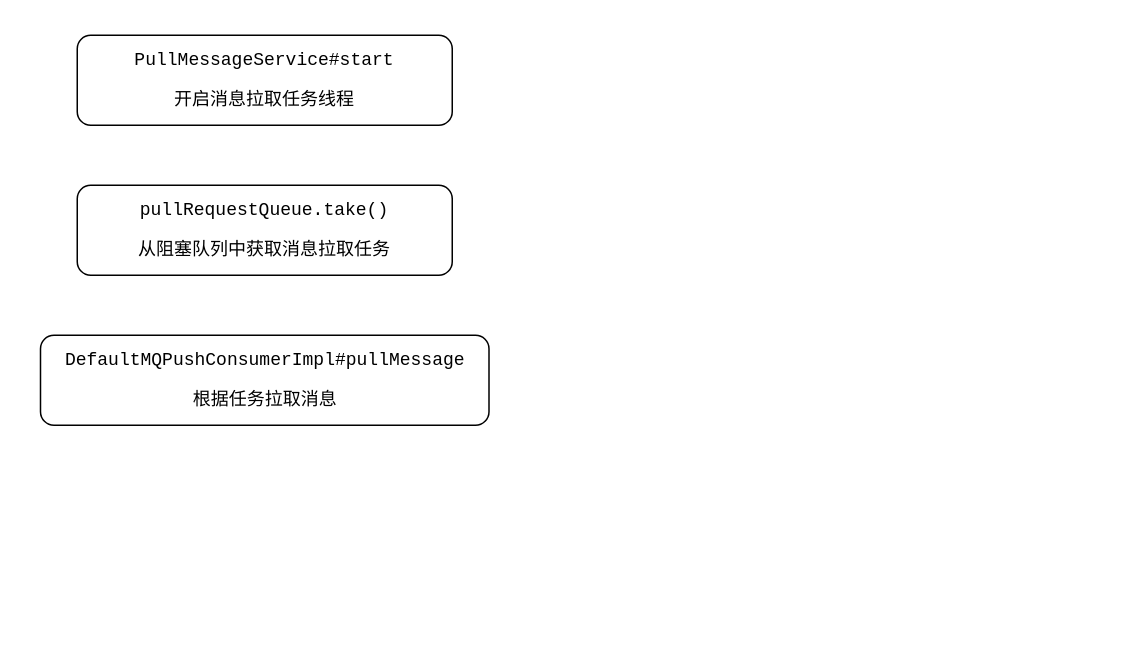
Earlier version of the draw.io diagram rocketmq/rocketmq消息推送流程.drawio (erlieStar/diagrams). Source tidied: cells renumbered, new cells numbered last; positions are measured from the earlier drawing's top-left corner, leaving out a move shared by most shapes. Both pictures are drawn from the tidied source at 150%, with x=0, y=0 at pixel (39, 34).
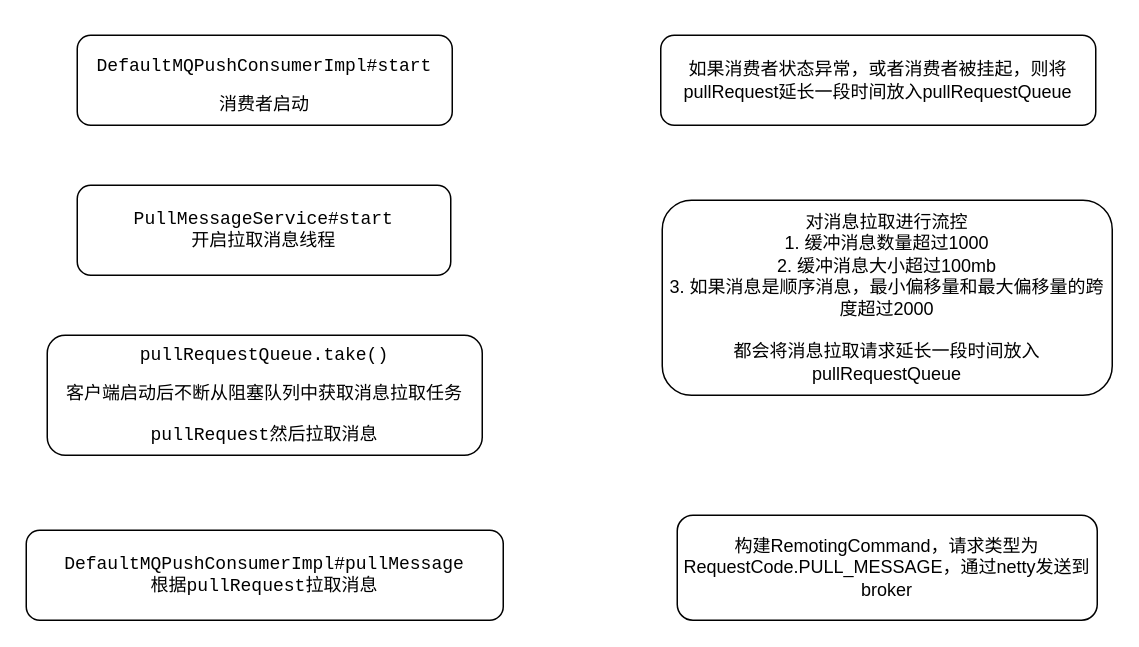
The same diagram, later.

Commit message:
Update rocketmq消息推送流程.drawio

What changed in the source:
```diff
@@
 <mxGraphModel>
   <root>
     <mxCell id="0" />
     <mxCell id="1" parent="0" />
-    <mxCell id="2" value="&lt;pre&gt;PullMessageService#start&lt;/pre&gt;&lt;pre&gt;开启消息拉取任务线程&lt;/pre&gt;" style="rounded=1;whiteSpace=wrap;html=1;" parent="1" vertex="1">
+    <mxCell id="2" value="&lt;pre&gt;&lt;pre&gt;DefaultMQPushConsumerImpl#start&lt;font color=&quot;#a9b7c6&quot; face=&quot;menlo&quot; style=&quot;background-color: rgb(43 , 43 , 43)&quot;&gt;&lt;span style=&quot;font-size: 13.5pt&quot;&gt;&lt;br&gt;&lt;/span&gt;&lt;/font&gt;&lt;/pre&gt;&lt;pre&gt;消费者启动&lt;/pre&gt;&lt;/pre&gt;" style="rounded=1;whiteSpace=wrap;html=1;" parent="1" vertex="1">
       <mxGeometry x="25" width="250" height="60" as="geometry" />
     </mxCell>
-    <mxCell id="3" value="&lt;pre&gt;pullRequestQueue.take()&lt;br&gt;&lt;/pre&gt;&lt;pre&gt;从阻塞队列中获取消息拉取任务&lt;/pre&gt;" style="rounded=1;whiteSpace=wrap;html=1;" parent="1" vertex="1">
-      <mxGeometry x="25" y="100" width="250" height="60" as="geometry" />
-    </mxCell>
-    <mxCell id="4" value="&lt;pre&gt;DefaultMQPushConsumerImpl#pullMessage&lt;br&gt;&lt;/pre&gt;&lt;pre&gt;根据任务拉取消息&lt;/pre&gt;" style="rounded=1;whiteSpace=wrap;html=1;" parent="1" vertex="1">
-      <mxGeometry x="0.5" y="200" width="299" height="60" as="geometry" />
+    <mxCell id="4" value="&lt;pre&gt;PullMessageService#start&lt;br&gt;开启拉取消息线程&lt;br&gt;&lt;/pre&gt;" style="rounded=1;whiteSpace=wrap;html=1;" parent="1" vertex="1">
+      <mxGeometry x="25" y="100" width="249" height="60" as="geometry" />
     </mxCell>
+    <mxCell id="5" value="&lt;pre&gt;pullRequestQueue.take()&lt;/pre&gt;&lt;pre&gt;&lt;pre&gt;客户端启动后不断从阻塞队列中获取消息拉取任务&lt;/pre&gt;&lt;pre&gt;pullRequest然后拉取消息&lt;/pre&gt;&lt;/pre&gt;" style="rounded=1;whiteSpace=wrap;html=1;" parent="1" vertex="1">
+      <mxGeometry x="5" y="200" width="290" height="80" as="geometry" />
+    </mxCell>
+    <mxCell id="6" value="&lt;pre&gt;DefaultMQPushConsumerImpl#pullMessage&lt;br&gt;根据pullRequest拉取消息&lt;/pre&gt;" style="rounded=1;whiteSpace=wrap;html=1;" parent="1" vertex="1">
+      <mxGeometry x="-9" y="330" width="318" height="60" as="geometry" />
+    </mxCell>
+    <mxCell id="7" value="如果消费者状态异常，或者消费者被挂起，则将pullRequest延长一段时间放入&lt;span&gt;pullRequestQueue&lt;/span&gt;" style="rounded=1;whiteSpace=wrap;html=1;" parent="1" vertex="1">
+      <mxGeometry x="414" width="290" height="60" as="geometry" />
+    </mxCell>
+    <mxCell id="8" value="对消息拉取进行流控&lt;br&gt;1. 缓冲消息数量超过1000&lt;br&gt;2. 缓冲消息大小超过100mb&lt;br&gt;3. 如果消息是顺序消息，最小偏移量和最大偏移量的跨度超过2000&lt;br&gt;&lt;br&gt;都会将消息拉取请求延长一段时间放入pullRequestQueue" style="rounded=1;whiteSpace=wrap;html=1;" parent="1" vertex="1">
+      <mxGeometry x="415" y="110" width="300" height="130" as="geometry" />
+    </mxCell>
+    <mxCell id="9" value="构建RemotingCommand，请求类型为RequestCode.PULL_MESSAGE，通过netty发送到broker" style="rounded=1;whiteSpace=wrap;html=1;" parent="1" vertex="1">
+      <mxGeometry x="425" y="320" width="280" height="70" as="geometry" />
+    </mxCell>
   </root>
 </mxGraphModel>
```
